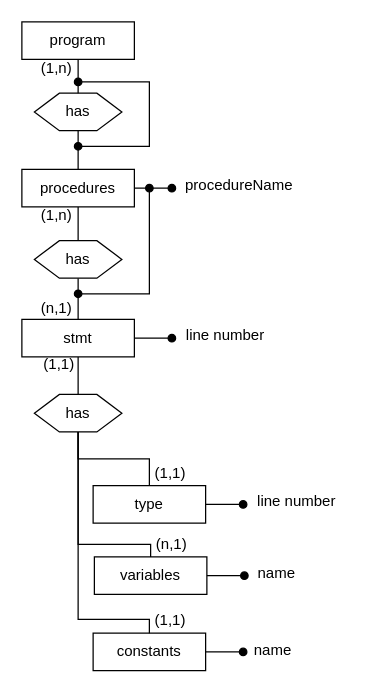
Before: page "DBdesign" (7 of 7) of drawings/TopDesign.drawio in Release-the-Baby/Rtba2014, a draw.io diagram. Source tidied: cells renumbered, new cells numbered last; positions are measured from the earlier drawing's top-left corner, leaving out a move shared by most shapes. Both pictures are drawn from the tidied source at 125%, with x=0, y=0 at pixel (21, 21).
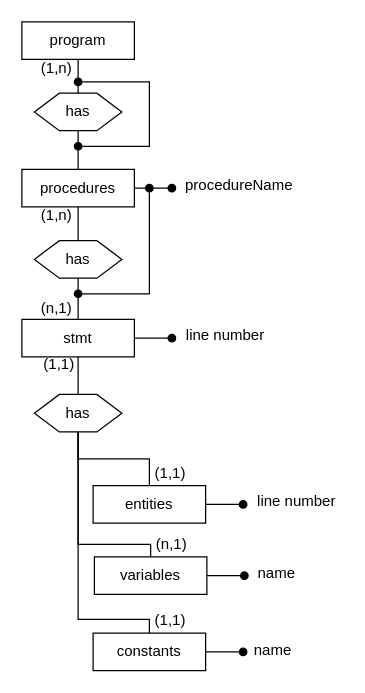
After the change.

The edit, as a diff of the source:
```diff
@@
-    <mxCell id="18" value="type" style="rounded=0;whiteSpace=wrap;html=1;" parent="1" vertex="1">
+    <mxCell id="18" value="entities" style="rounded=0;whiteSpace=wrap;html=1;" parent="1" vertex="1">
       <mxGeometry x="57" y="371" width="90" height="30" as="geometry" />
     </mxCell>
```
